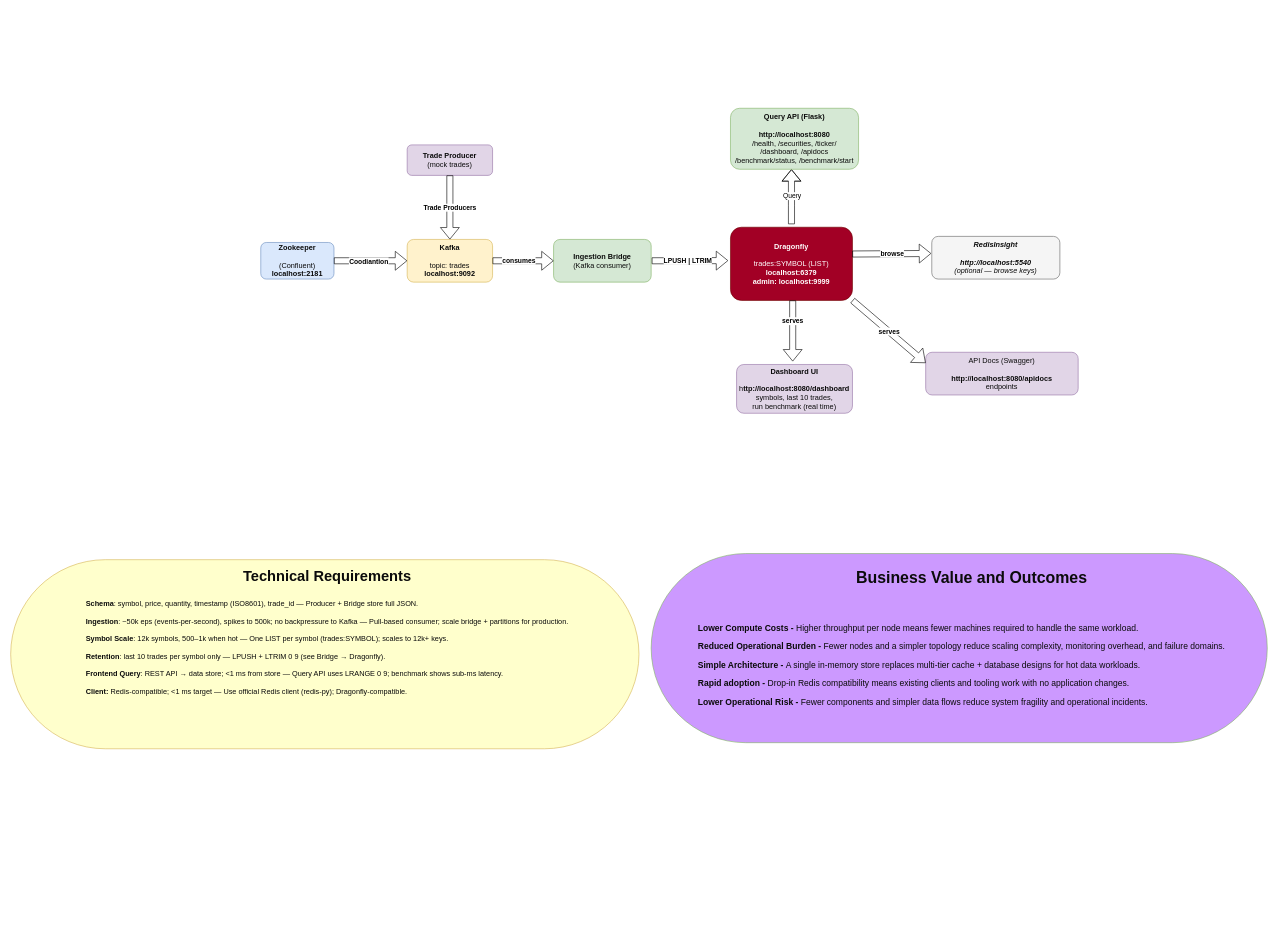
The draw.io diagram docs/architecture.drawio in getarz4u15ster/dragonflydb-oss, before the edit. Source tidied: cells renumbered, new cells numbered last; positions are measured from the earlier drawing's top-left corner, leaving out a move shared by most shapes. Both pictures are drawn from the tidied source at 61%, with x=0, y=0 at pixel (10, 10).
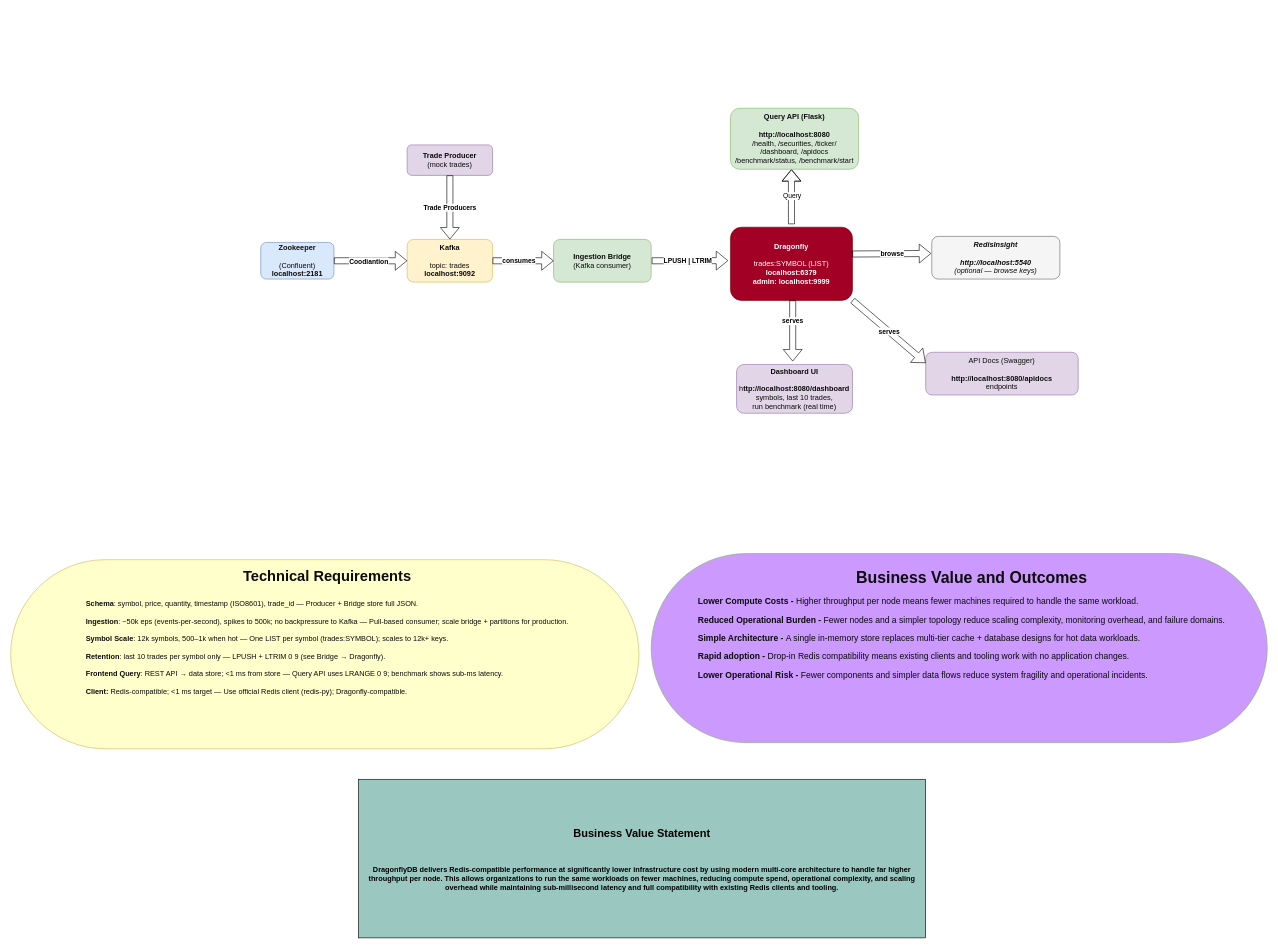
The same diagram, later.

The edit, as a diff of the source:
```diff
@@
-    <mxCell id="21" value="&lt;h2&gt;&lt;font style=&quot;color: rgb(11, 11, 11);&quot;&gt;&lt;span style=&quot;white-space: pre;&quot;&gt;&#9;&lt;/span&gt;&lt;font style=&quot;font-size: 26px;&quot;&gt;Business Value and Outcomes&lt;/font&gt;&lt;/font&gt;&lt;/h2&gt;&lt;div&gt;&lt;font style=&quot;color: rgb(11, 11, 11);&quot;&gt;&lt;font style=&quot;font-size: 26px;&quot;&gt;&lt;br&gt;&lt;/font&gt;&lt;/font&gt;&lt;/div&gt;&lt;h2 style=&quot;text-align: left;&quot;&gt;&lt;font style=&quot;font-size: 14px;&quot;&gt;&lt;strong style=&quot;color: rgb(11, 11, 11); background-color: transparent;&quot;&gt;Lower Compute Costs -&amp;nbsp;&lt;/strong&gt;&lt;span style=&quot;color: rgb(11, 11, 11); background-color: transparent; font-weight: normal; text-align: center;&quot;&gt;Higher throughput per node means fewer machines required to handle the same workload.&lt;/span&gt;&lt;/font&gt;&lt;/h2&gt;&lt;h2 style=&quot;text-align: left;&quot;&gt;&lt;font style=&quot;font-size: 14px;&quot;&gt;&lt;strong style=&quot;color: rgb(11, 11, 11); background-color: transparent; text-align: center;&quot;&gt;Reduced Operational Burden -&amp;nbsp;&lt;/strong&gt;&lt;span style=&quot;color: rgb(11, 11, 11); background-color: transparent; font-weight: normal; text-align: center;&quot;&gt;Fewer nodes and a simpler topology reduce scaling complexity, monitoring overhead, and failure domains.&lt;/span&gt;&lt;/font&gt;&lt;/h2&gt;&lt;h2 style=&quot;text-align: left;&quot;&gt;&lt;font style=&quot;font-size: 14px;&quot;&gt;&lt;strong style=&quot;color: rgb(11, 11, 11); background-color: transparent; text-align: center;&quot;&gt;Simple Architecture -&amp;nbsp;&lt;/strong&gt;&lt;span style=&quot;color: rgb(11, 11, 11); background-color: transparent; font-weight: normal; text-align: center;&quot;&gt;A single in-memory store replaces multi-tier cache + database designs for hot data workloads.&lt;/span&gt;&lt;/font&gt;&lt;/h2&gt;&lt;h2 style=&quot;text-align: left;&quot;&gt;&lt;font style=&quot;font-size: 14px;&quot;&gt;&lt;strong style=&quot;color: rgb(11, 11, 11); background-color: transparent; text-align: center;&quot;&gt;Rapid adoption -&amp;nbsp;&lt;/strong&gt;&lt;span style=&quot;color: rgb(11, 11, 11); background-color: transparent; font-weight: normal; text-align: center;&quot;&gt;Drop-in Redis compatibility means existing clients and tooling work with no application changes.&lt;/span&gt;&lt;/font&gt;&lt;/h2&gt;&lt;h2 style=&quot;text-align: left;&quot;&gt;&lt;font style=&quot;font-size: 14px;&quot;&gt;&lt;strong style=&quot;color: rgb(11, 11, 11); background-color: transparent; text-align: center;&quot;&gt;Lower Operational Risk -&amp;nbsp;&lt;/strong&gt;&lt;span style=&quot;color: rgb(11, 11, 11); background-color: transparent; font-weight: normal; text-align: center;&quot;&gt;Fewer components and simpler data flows reduce system fragility and operational incidents.&lt;/span&gt;&lt;/font&gt;&lt;/h2&gt;&lt;h2 style=&quot;text-align: left;&quot;&gt;&lt;br&gt;&lt;/h2&gt;" style="rounded=1;whiteSpace=wrap;html=1;fillColor=#CC99FF;strokeColor=#82b366;align=center;verticalAlign=top;spacingLeft=8;spacingTop=6;fontSize=10;fontColor=#0B0B0B;arcSize=50;" parent="1" vertex="1">
+    <mxCell id="21" value="&lt;h2&gt;&lt;font style=&quot;color: rgb(11, 11, 11);&quot;&gt;&lt;span style=&quot;white-space: pre;&quot;&gt;&#9;&lt;/span&gt;&lt;font style=&quot;font-size: 26px;&quot;&gt;Business Value and Outcomes&lt;/font&gt;&lt;/font&gt;&lt;/h2&gt;&lt;h2 style=&quot;text-align: left;&quot;&gt;&lt;font style=&quot;font-size: 14px;&quot;&gt;&lt;strong style=&quot;color: rgb(11, 11, 11); background-color: transparent;&quot;&gt;Lower Compute Costs -&amp;nbsp;&lt;/strong&gt;&lt;span style=&quot;color: rgb(11, 11, 11); background-color: transparent; font-weight: normal; text-align: center;&quot;&gt;Higher throughput per node means fewer machines required to handle the same workload.&lt;/span&gt;&lt;/font&gt;&lt;/h2&gt;&lt;h2 style=&quot;text-align: left;&quot;&gt;&lt;font style=&quot;font-size: 14px;&quot;&gt;&lt;strong style=&quot;color: rgb(11, 11, 11); background-color: transparent; text-align: center;&quot;&gt;Reduced Operational Burden -&amp;nbsp;&lt;/strong&gt;&lt;span style=&quot;color: rgb(11, 11, 11); background-color: transparent; font-weight: normal; text-align: center;&quot;&gt;Fewer nodes and a simpler topology reduce scaling complexity, monitoring overhead, and failure domains.&lt;/span&gt;&lt;/font&gt;&lt;/h2&gt;&lt;h2 style=&quot;text-align: left;&quot;&gt;&lt;font style=&quot;font-size: 14px;&quot;&gt;&lt;strong style=&quot;color: rgb(11, 11, 11); background-color: transparent; text-align: center;&quot;&gt;Simple Architecture -&amp;nbsp;&lt;/strong&gt;&lt;span style=&quot;color: rgb(11, 11, 11); background-color: transparent; font-weight: normal; text-align: center;&quot;&gt;A single in-memory store replaces multi-tier cache + database designs for hot data workloads.&lt;/span&gt;&lt;/font&gt;&lt;/h2&gt;&lt;h2 style=&quot;text-align: left;&quot;&gt;&lt;font style=&quot;font-size: 14px;&quot;&gt;&lt;strong style=&quot;color: rgb(11, 11, 11); background-color: transparent; text-align: center;&quot;&gt;Rapid adoption -&amp;nbsp;&lt;/strong&gt;&lt;span style=&quot;color: rgb(11, 11, 11); background-color: transparent; font-weight: normal; text-align: center;&quot;&gt;Drop-in Redis compatibility means existing clients and tooling work with no application changes.&lt;/span&gt;&lt;/font&gt;&lt;/h2&gt;&lt;h2 style=&quot;text-align: left;&quot;&gt;&lt;font style=&quot;font-size: 14px;&quot;&gt;&lt;strong style=&quot;color: rgb(11, 11, 11); background-color: transparent; text-align: center;&quot;&gt;Lower Operational Risk -&amp;nbsp;&lt;/strong&gt;&lt;span style=&quot;color: rgb(11, 11, 11); background-color: transparent; font-weight: normal; text-align: center;&quot;&gt;Fewer components and simpler data flows reduce system fragility and operational incidents.&lt;/span&gt;&lt;/font&gt;&lt;/h2&gt;&lt;h2 style=&quot;text-align: left;&quot;&gt;&lt;br&gt;&lt;/h2&gt;" style="rounded=1;whiteSpace=wrap;html=1;fillColor=#CC99FF;strokeColor=#82b366;align=center;verticalAlign=top;spacingLeft=8;spacingTop=6;fontSize=10;fontColor=#0B0B0B;arcSize=50;" parent="1" vertex="1">
       <mxGeometry x="1050" y="890" width="1010" height="310" as="geometry" />
     </mxCell>
@@
+    <mxCell id="25" value="&lt;h2&gt;Business Value Statement&lt;/h2&gt;&lt;br/&gt;&lt;p&gt;&lt;strong&gt;DragonflyDB delivers Redis-compatible performance at significantly lower infrastructure cost by using modern multi-core architecture to handle far higher throughput per node. This allows organizations to run the same workloads on fewer machines, reducing compute spend, operational complexity, and scaling overhead while maintaining sub-millisecond latency and full compatibility with existing Redis clients and tooling.&lt;/strong&gt;&lt;/p&gt;" style="whiteSpace=wrap;html=1;fillColor=#9AC7BF;" parent="1" vertex="1">
+      <mxGeometry x="570" y="1260" width="930" height="260" as="geometry" />
+    </mxCell>
```
